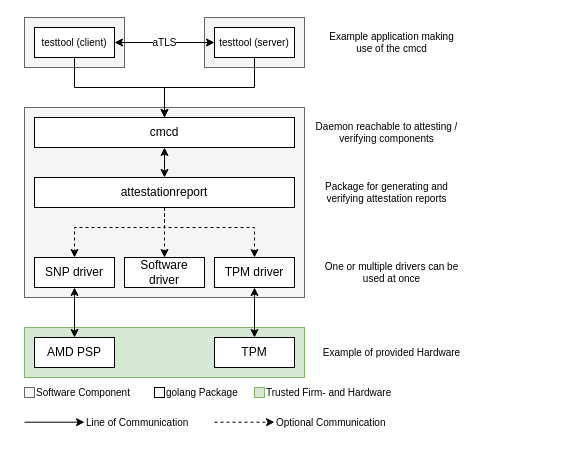
Above: doc/overview.drawio in Fraunhofer-AISEC/cmc (draw.io), before the change. Source tidied: cells renumbered, new cells numbered last; positions are measured from the earlier drawing's top-left corner, leaving out a move shared by most shapes. Both pictures are drawn from the tidied source at 100%, with x=0, y=0 at pixel (24, 17).
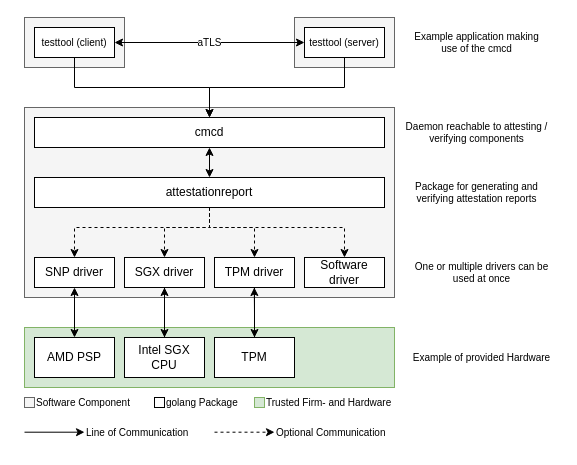
After the change.

Unchanged cells that the change refers to:
```xml
<mxCell id="11" value="SNP driver" style="rounded=0;whiteSpace=wrap;html=1;" parent="1" vertex="1">
  <mxGeometry x="10" y="240" width="80" height="30" as="geometry" />
</mxCell>
```

The edit, as a diff of the source:
```diff
@@
     <mxCell id="2" style="rounded=0;whiteSpace=wrap;html=1;fontSize=10;fillColor=#d5e8d4;strokeColor=#82b366;" parent="1" vertex="1">
-      <mxGeometry y="310" width="280" height="50" as="geometry" />
+      <mxGeometry y="310" width="370" height="60" as="geometry" />
     </mxCell>
@@
     <mxCell id="4" style="rounded=0;whiteSpace=wrap;html=1;fontSize=10;fillColor=#f5f5f5;fontColor=#333333;strokeColor=#666666;" parent="1" vertex="1">
-      <mxGeometry x="180" width="100" height="50" as="geometry" />
+      <mxGeometry x="270" width="100" height="50" as="geometry" />
     </mxCell>
     <mxCell id="5" style="rounded=0;whiteSpace=wrap;html=1;fontSize=10;fillColor=#f5f5f5;fontColor=#333333;strokeColor=#666666;" parent="1" vertex="1">
-      <mxGeometry y="90" width="280" height="190" as="geometry" />
+      <mxGeometry y="90" width="370" height="190" as="geometry" />
     </mxCell>
     <mxCell id="6" style="edgeStyle=orthogonalEdgeStyle;rounded=0;jettySize=auto;html=1;exitX=0.5;exitY=1;exitDx=0;exitDy=0;entryX=0.5;entryY=0;entryDx=0;entryDy=0;dashed=1;" parent="1" edge="1" source="24" target="12">
-      <mxGeometry relative="1" as="geometry" />
+      <mxGeometry relative="1" as="geometry">
+        <Array as="points">
+          <mxPoint x="185" y="210" />
+          <mxPoint x="140" y="210" />
+        </Array>
+      </mxGeometry>
     </mxCell>
     <mxCell id="7" style="edgeStyle=orthogonalEdgeStyle;rounded=0;jettySize=auto;html=1;exitX=0.5;exitY=1;exitDx=0;exitDy=0;entryX=0.5;entryY=0;entryDx=0;entryDy=0;dashed=1;" parent="1" edge="1" source="24" target="14">
       <mxGeometry relative="1" as="geometry">
         <Array as="points">
-          <mxPoint x="140" y="210" />
-          <mxPoint x="230" y="210" />
+          <mxPoint x="185" y="210" />
+          <mxPoint x="320" y="210" />
         </Array>
       </mxGeometry>
     </mxCell>
@@
     <mxCell id="9" value="cmcd" style="rounded=0;whiteSpace=wrap;html=1;" parent="1" vertex="1">
-      <mxGeometry x="10" y="100" width="260" height="30" as="geometry" />
+      <mxGeometry x="10" y="100" width="350" height="30" as="geometry" />
     </mxCell>
@@
+    <mxCell id="39" style="edgeStyle=orthogonalEdgeStyle;rounded=0;jettySize=auto;html=1;exitX=0.5;exitY=1;exitDx=0;exitDy=0;entryX=0.5;entryY=0;entryDx=0;entryDy=0;" parent="1" edge="1" source="12" target="42">
+      <mxGeometry relative="1" as="geometry" />
+    </mxCell>
-    <mxCell id="12" value="Software driver" style="rounded=0;whiteSpace=wrap;html=1;" parent="1" vertex="1">
+    <mxCell id="12" value="SGX driver" style="rounded=0;whiteSpace=wrap;html=1;" parent="1" vertex="1">
       <mxGeometry x="100" y="240" width="80" height="30" as="geometry" />
     </mxCell>
-    <mxCell id="13" style="edgeStyle=orthogonalEdgeStyle;rounded=0;jettySize=auto;html=1;exitX=0.5;exitY=1;exitDx=0;exitDy=0;entryX=0.5;entryY=0;entryDx=0;entryDy=0;labelBackgroundColor=#FFFFFF;fontSize=10;startArrow=classic;startFill=1;" parent="1" edge="1" source="14" target="29">
-      <mxGeometry relative="1" as="geometry" />
-    </mxCell>
-    <mxCell id="14" value="TPM driver" style="rounded=0;whiteSpace=wrap;html=1;" parent="1" vertex="1">
-      <mxGeometry x="190" y="240" width="80" height="30" as="geometry" />
+    <mxCell id="14" value="Software driver" style="rounded=0;whiteSpace=wrap;html=1;" parent="1" vertex="1">
+      <mxGeometry x="280" y="240" width="80" height="30" as="geometry" />
     </mxCell>
     <mxCell id="15" value="One or multiple drivers can be used at once" style="text;html=1;strokeColor=none;fillColor=none;align=center;verticalAlign=middle;whiteSpace=wrap;rounded=0;fontSize=10;" parent="1" vertex="1">
-      <mxGeometry x="290" y="240" width="155" height="30" as="geometry" />
+      <mxGeometry x="380" y="240" width="155" height="30" as="geometry" />
     </mxCell>
@@
     <mxCell id="19" value="testtool (server)" style="rounded=0;whiteSpace=wrap;html=1;fontSize=10;" parent="1" vertex="1">
-      <mxGeometry x="190" y="10" width="80" height="30" as="geometry" />
+      <mxGeometry x="280" y="10" width="80" height="30" as="geometry" />
     </mxCell>
@@
     <mxCell id="21" value="Daemon reachable to attesting / verifying components" style="text;html=1;strokeColor=none;fillColor=none;align=center;verticalAlign=middle;whiteSpace=wrap;rounded=0;fontSize=10;" parent="1" vertex="1">
-      <mxGeometry x="290" y="100" width="145" height="30" as="geometry" />
+      <mxGeometry x="380" y="100" width="145" height="30" as="geometry" />
     </mxCell>
     <mxCell id="22" value="Example application making use of the cmcd" style="text;html=1;strokeColor=none;fillColor=none;align=center;verticalAlign=middle;whiteSpace=wrap;rounded=0;fontSize=10;" parent="1" vertex="1">
-      <mxGeometry x="295" y="10" width="145" height="30" as="geometry" />
+      <mxGeometry x="380" y="10" width="145" height="30" as="geometry" />
     </mxCell>
     <mxCell id="23" style="edgeStyle=orthogonalEdgeStyle;rounded=0;jettySize=auto;html=1;exitX=0.5;exitY=1;exitDx=0;exitDy=0;fontSize=10;labelBackgroundColor=#F5F5F5;dashed=1;" parent="1" edge="1" source="24" target="11">
       <mxGeometry x="-0.73" relative="1" as="geometry">
         <Array as="points">
-          <mxPoint x="140" y="210" />
+          <mxPoint x="185" y="210" />
           <mxPoint x="50" y="210" />
         </Array>
       </mxGeometry>
     </mxCell>
     <mxCell id="24" value="attestationreport" style="rounded=0;whiteSpace=wrap;html=1;" parent="1" vertex="1">
-      <mxGeometry x="10" y="160" width="260" height="30" as="geometry" />
+      <mxGeometry x="10" y="160" width="350" height="30" as="geometry" />
     </mxCell>
     <mxCell id="25" style="rounded=0;whiteSpace=wrap;html=1;fontSize=10;fillColor=#f5f5f5;fontColor=#333333;strokeColor=#666666;" parent="1" vertex="1">
-      <mxGeometry y="370" width="10" height="10" as="geometry" />
+      <mxGeometry y="380" width="10" height="10" as="geometry" />
     </mxCell>
     <mxCell id="26" value="Software Component" style="text;html=1;strokeColor=none;fillColor=none;align=left;verticalAlign=middle;whiteSpace=wrap;rounded=0;fontSize=10;" parent="1" vertex="1">
-      <mxGeometry x="10" y="360" width="100" height="30" as="geometry" />
+      <mxGeometry x="10" y="370" width="100" height="30" as="geometry" />
     </mxCell>
     <mxCell id="27" style="rounded=0;whiteSpace=wrap;html=1;fontSize=10;" parent="1" vertex="1">
-      <mxGeometry x="130" y="370" width="10" height="10" as="geometry" />
+      <mxGeometry x="130" y="380" width="10" height="10" as="geometry" />
     </mxCell>
     <mxCell id="28" value="golang Package" style="text;html=1;strokeColor=none;fillColor=none;align=left;verticalAlign=middle;whiteSpace=wrap;rounded=0;fontSize=10;" parent="1" vertex="1">
-      <mxGeometry x="140" y="360" width="80" height="30" as="geometry" />
+      <mxGeometry x="140" y="370" width="80" height="30" as="geometry" />
     </mxCell>
+    <mxCell id="40" style="edgeStyle=orthogonalEdgeStyle;rounded=0;jettySize=auto;html=1;exitX=0.5;exitY=0;exitDx=0;exitDy=0;" parent="1" edge="1" source="29">
+      <mxGeometry relative="1" as="geometry">
+        <mxPoint x="229.8" y="270" as="targetPoint" />
+      </mxGeometry>
+    </mxCell>
     <mxCell id="29" value="TPM" style="rounded=0;whiteSpace=wrap;html=1;" parent="1" vertex="1">
-      <mxGeometry x="190" y="320" width="80" height="30" as="geometry" />
+      <mxGeometry x="190" y="320" width="80" height="40" as="geometry" />
     </mxCell>
     <mxCell id="30" value="AMD PSP" style="rounded=0;whiteSpace=wrap;html=1;" parent="1" vertex="1">
-      <mxGeometry x="10" y="320" width="80" height="30" as="geometry" />
+      <mxGeometry x="10" y="320" width="80" height="40" as="geometry" />
     </mxCell>
     <mxCell id="31" style="rounded=0;whiteSpace=wrap;html=1;fontSize=10;fillColor=#d5e8d4;strokeColor=#82b366;" parent="1" vertex="1">
-      <mxGeometry x="230" y="370" width="10" height="10" as="geometry" />
+      <mxGeometry x="230" y="380" width="10" height="10" as="geometry" />
     </mxCell>
     <mxCell id="32" value="Trusted Firm- and Hardware" style="text;html=1;strokeColor=none;fillColor=none;align=left;verticalAlign=middle;whiteSpace=wrap;rounded=0;fontSize=10;" parent="1" vertex="1">
-      <mxGeometry x="240" y="360" width="130" height="30" as="geometry" />
+      <mxGeometry x="240" y="370" width="130" height="30" as="geometry" />
     </mxCell>
     <mxCell id="33" value="Package for generating and verifying attestation reports" style="text;html=1;strokeColor=none;fillColor=none;align=center;verticalAlign=middle;whiteSpace=wrap;rounded=0;fontSize=10;" parent="1" vertex="1">
-      <mxGeometry x="290" y="160" width="145" height="30" as="geometry" />
+      <mxGeometry x="380" y="160" width="145" height="30" as="geometry" />
     </mxCell>
     <mxCell id="34" value="Example of provided Hardware" style="text;html=1;strokeColor=none;fillColor=none;align=center;verticalAlign=middle;whiteSpace=wrap;rounded=0;fontSize=10;" parent="1" vertex="1">
-      <mxGeometry x="290" y="320" width="155" height="30" as="geometry" />
+      <mxGeometry x="380" y="325" width="155" height="30" as="geometry" />
     </mxCell>
     <mxCell id="35" style="endArrow=classic;html=1;rounded=0;dashed=1;" parent="1" edge="1">
       <mxGeometry relative="1" as="geometry">
-        <mxPoint x="190" y="404.7" as="sourcePoint" />
-        <mxPoint x="250" y="404.7" as="targetPoint" />
+        <mxPoint x="190" y="414.7" as="sourcePoint" />
+        <mxPoint x="250" y="414.7" as="targetPoint" />
       </mxGeometry>
     </mxCell>
     <mxCell id="36" value="Optional Communication" style="text;html=1;strokeColor=none;fillColor=none;align=left;verticalAlign=middle;whiteSpace=wrap;rounded=0;fontSize=10;" parent="1" vertex="1">
-      <mxGeometry x="250" y="390" width="120" height="30" as="geometry" />
+      <mxGeometry x="250" y="400" width="120" height="30" as="geometry" />
     </mxCell>
     <mxCell id="37" style="endArrow=classic;html=1;rounded=0;" parent="1" edge="1">
       <mxGeometry relative="1" as="geometry">
-        <mxPoint y="404.7" as="sourcePoint" />
-        <mxPoint x="60" y="404.7" as="targetPoint" />
+        <mxPoint y="414.7" as="sourcePoint" />
+        <mxPoint x="60" y="414.7" as="targetPoint" />
       </mxGeometry>
     </mxCell>
     <mxCell id="38" value="Line of Communication" style="text;html=1;strokeColor=none;fillColor=none;align=left;verticalAlign=middle;whiteSpace=wrap;rounded=0;fontSize=10;" parent="1" vertex="1">
-      <mxGeometry x="60" y="390" width="120" height="30" as="geometry" />
+      <mxGeometry x="60" y="400" width="120" height="30" as="geometry" />
     </mxCell>
+    <mxCell id="41" style="edgeStyle=orthogonalEdgeStyle;rounded=0;jettySize=auto;html=1;exitX=0.5;exitY=0;exitDx=0;exitDy=0;entryX=0.5;entryY=1;entryDx=0;entryDy=0;" parent="1" edge="1" source="42" target="12">
+      <mxGeometry relative="1" as="geometry" />
+    </mxCell>
+    <mxCell id="42" value="Intel SGX CPU" style="rounded=0;whiteSpace=wrap;html=1;" parent="1" vertex="1">
+      <mxGeometry x="100" y="320" width="80" height="40" as="geometry" />
+    </mxCell>
+    <mxCell id="43" style="edgeStyle=orthogonalEdgeStyle;rounded=0;jettySize=auto;html=1;exitX=0.5;exitY=1;exitDx=0;exitDy=0;entryX=0.5;entryY=0;entryDx=0;entryDy=0;" parent="1" edge="1" source="44" target="29">
+      <mxGeometry relative="1" as="geometry" />
+    </mxCell>
+    <mxCell id="44" value="TPM driver" style="rounded=0;whiteSpace=wrap;html=1;" parent="1" vertex="1">
+      <mxGeometry x="190" y="240" width="80" height="30" as="geometry" />
+    </mxCell>
+    <mxCell id="45" style="edgeStyle=orthogonalEdgeStyle;rounded=0;jettySize=auto;html=1;exitX=0.5;exitY=1;exitDx=0;exitDy=0;fontSize=10;labelBackgroundColor=#F5F5F5;dashed=1;entryX=0.5;entryY=0;entryDx=0;entryDy=0;" parent="1" edge="1" source="24" target="44">
+      <mxGeometry x="-0.73" relative="1" as="geometry">
+        <Array as="points">
+          <mxPoint x="185" y="210" />
+          <mxPoint x="230" y="210" />
+        </Array>
+      </mxGeometry>
+    </mxCell>
```
